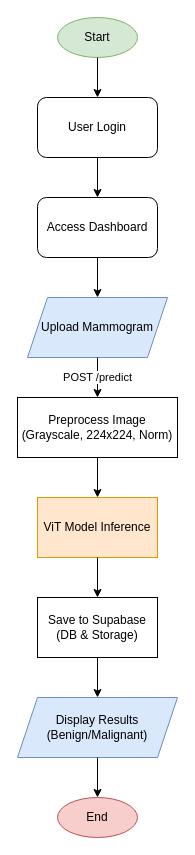
Earlier version of the draw.io diagram docs/process_flow.drawio (Eric-Kumenda/Breast_Cancer). Source tidied: cells renumbered, new cells numbered last; positions are measured from the earlier drawing's top-left corner, leaving out a move shared by most shapes. Both pictures are drawn from the tidied source at 100%, with x=0, y=0 at pixel (17, 17).
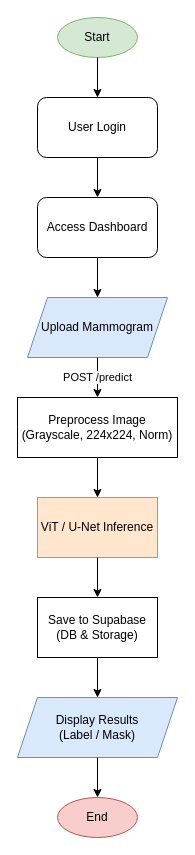
The same page after the edit.

Commit message (it also covers changes not shown here):
feat: Implement ultrasound analysis with U-Net model and update documentation for multi-modality support, including a new `scan_type` column.

Diff of the diagram source:
```diff
@@
 <mxGraphModel>
   <root>
     <mxCell id="0" />
     <mxCell id="1" parent="0" />
     <mxCell id="2" value="Start" style="ellipse;whiteSpace=wrap;html=1;fillColor=#d5e8d4;strokeColor=#82b366;" parent="1" vertex="1">
       <mxGeometry x="40" width="80" height="40" as="geometry" />
     </mxCell>
     <mxCell id="3" value="User Login" style="rounded=1;whiteSpace=wrap;html=1;" parent="1" vertex="1">
       <mxGeometry x="20" y="80" width="120" height="60" as="geometry" />
     </mxCell>
     <mxCell id="4" value="Access Dashboard" style="rounded=1;whiteSpace=wrap;html=1;" parent="1" vertex="1">
       <mxGeometry x="20" y="180" width="120" height="60" as="geometry" />
     </mxCell>
     <mxCell id="5" value="Upload Mammogram" style="shape=parallelogram;perimeter=parallelogramPerimeter;whiteSpace=wrap;html=1;fixedSize=1;fillColor=#dae8fc;strokeColor=#6c8ebf;" parent="1" vertex="1">
       <mxGeometry x="10" y="280" width="140" height="60" as="geometry" />
     </mxCell>
     <mxCell id="6" value="Preprocess Image&#10;(Grayscale, 224x224, Norm)" style="rounded=0;whiteSpace=wrap;html=1;" parent="1" vertex="1">
       <mxGeometry y="380" width="160" height="60" as="geometry" />
     </mxCell>
-    <mxCell id="7" value="ViT Model Inference" style="rounded=0;whiteSpace=wrap;html=1;fillColor=#ffe6cc;strokeColor=#d79b00;" parent="1" vertex="1">
+    <mxCell id="7" value="ViT / U-Net Inference" style="rounded=0;whiteSpace=wrap;html=1;fillColor=#ffe6cc;strokeColor=#d79b00;" parent="1" vertex="1">
       <mxGeometry x="20" y="480" width="120" height="60" as="geometry" />
     </mxCell>
     <mxCell id="8" value="Save to Supabase&#10;(DB &amp; Storage)" style="rounded=0;whiteSpace=wrap;html=1;" parent="1" vertex="1">
       <mxGeometry x="20" y="580" width="120" height="60" as="geometry" />
     </mxCell>
-    <mxCell id="9" value="Display Results&#10;(Benign/Malignant)" style="shape=parallelogram;perimeter=parallelogramPerimeter;whiteSpace=wrap;html=1;fixedSize=1;fillColor=#dae8fc;strokeColor=#6c8ebf;" parent="1" vertex="1">
+    <mxCell id="9" value="Display Results&#10;(Label / Mask)" style="shape=parallelogram;perimeter=parallelogramPerimeter;whiteSpace=wrap;html=1;fixedSize=1;fillColor=#dae8fc;strokeColor=#6c8ebf;" parent="1" vertex="1">
       <mxGeometry y="680" width="160" height="60" as="geometry" />
     </mxCell>
     <mxCell id="10" value="End" style="ellipse;whiteSpace=wrap;html=1;fillColor=#f8cecc;strokeColor=#b85450;" parent="1" vertex="1">
       <mxGeometry x="40" y="780" width="80" height="40" as="geometry" />
     </mxCell>
     <mxCell id="11" style="endArrow=classic;html=1;" parent="1" edge="1" source="2" target="3">
       <mxGeometry relative="1" as="geometry" />
     </mxCell>
     <mxCell id="12" style="endArrow=classic;html=1;" parent="1" edge="1" source="3" target="4">
       <mxGeometry relative="1" as="geometry" />
     </mxCell>
     <mxCell id="13" style="endArrow=classic;html=1;" parent="1" edge="1" source="4" target="5">
       <mxGeometry relative="1" as="geometry" />
     </mxCell>
     <mxCell id="14" value="POST /predict" style="endArrow=classic;html=1;" parent="1" edge="1" source="5" target="6">
       <mxGeometry relative="1" as="geometry" />
     </mxCell>
     <mxCell id="15" style="endArrow=classic;html=1;" parent="1" edge="1" source="6" target="7">
       <mxGeometry relative="1" as="geometry" />
     </mxCell>
     <mxCell id="16" style="endArrow=classic;html=1;" parent="1" edge="1" source="7" target="8">
       <mxGeometry relative="1" as="geometry" />
     </mxCell>
     <mxCell id="17" style="endArrow=classic;html=1;" parent="1" edge="1" source="8" target="9">
       <mxGeometry relative="1" as="geometry" />
     </mxCell>
     <mxCell id="18" style="endArrow=classic;html=1;" parent="1" edge="1" source="9" target="10">
       <mxGeometry relative="1" as="geometry" />
     </mxCell>
   </root>
 </mxGraphModel>
```
